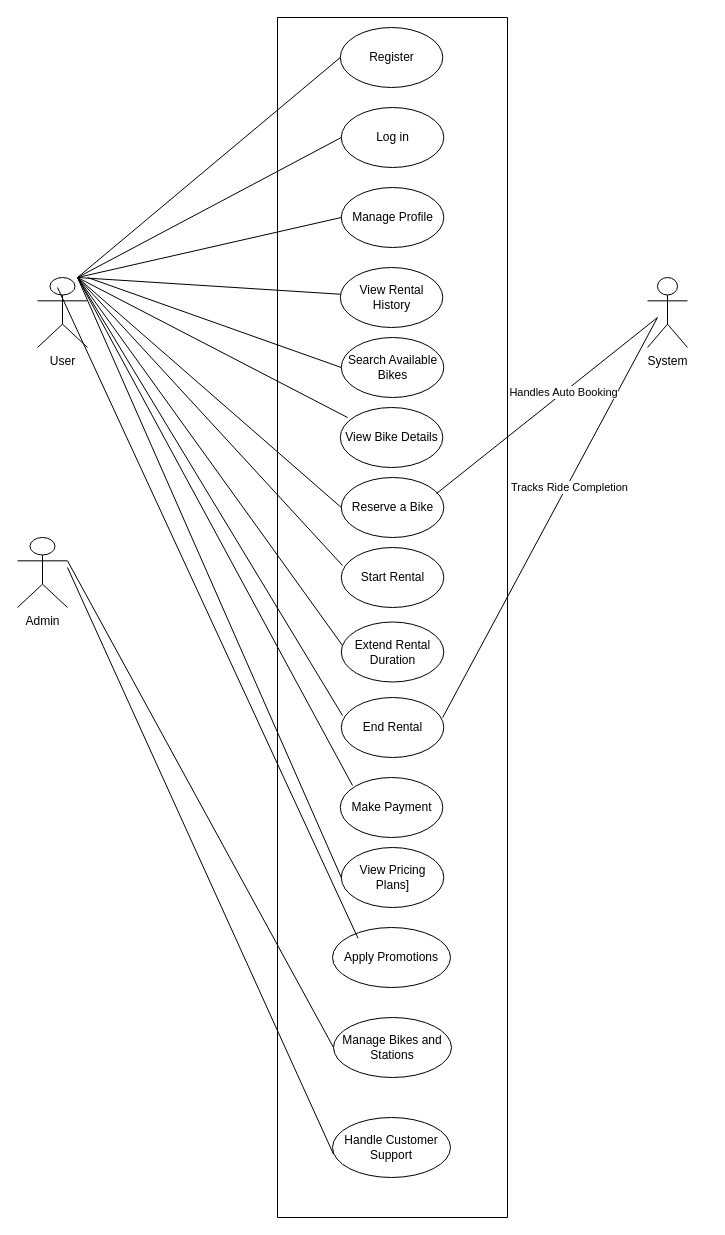
This is Untitled Diagram.drawio from Shalani98/Shalani98, a draw.io file, before an edit. Source tidied: cells renumbered, new cells numbered last; positions are measured from the earlier drawing's top-left corner, leaving out a move shared by most shapes. Both pictures are drawn from the tidied source at 100%, with x=0, y=0 at pixel (17, 17).
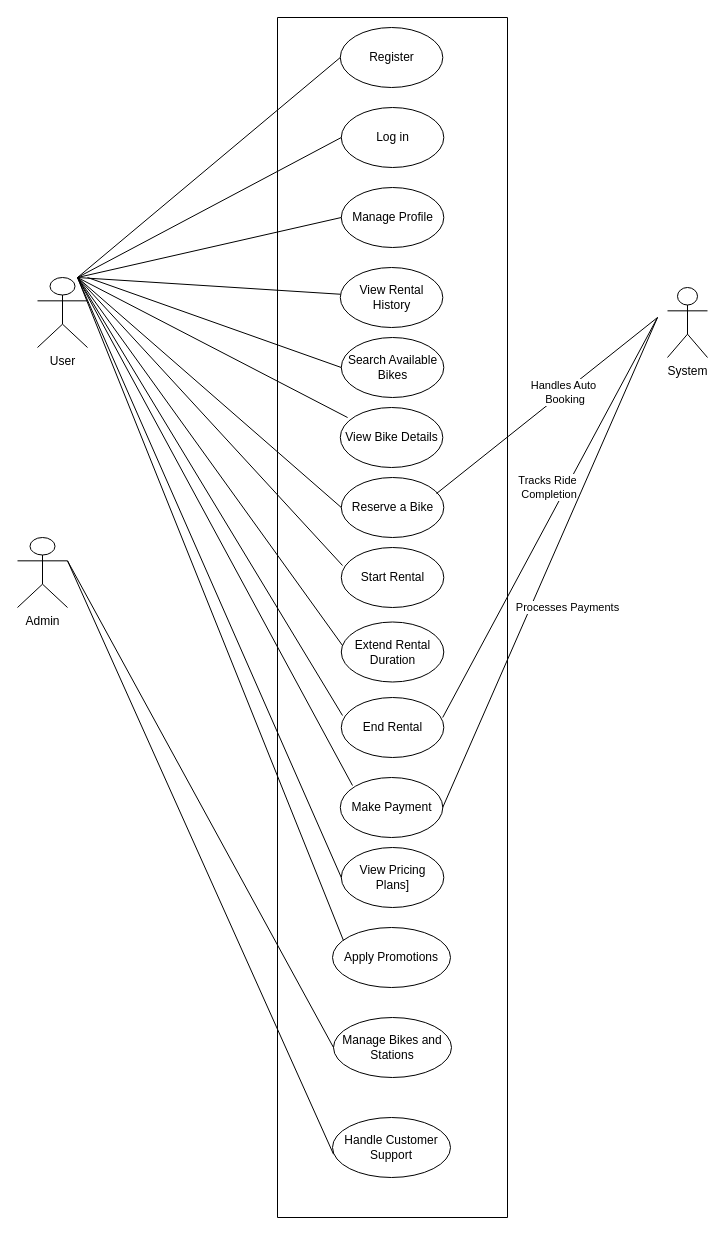
After the change.

The change refers to these unchanged cells:
```xml
<mxCell id="2" style="swimlane;startSize=0;" parent="1" vertex="1">
  <mxGeometry x="260" width="230" height="1200" as="geometry" />
</mxCell>
<mxCell id="15" value="Apply Promotions" style="ellipse;whiteSpace=wrap;html=1;" parent="2" vertex="1">
  <mxGeometry x="55" y="910" width="118" height="60" as="geometry" />
</mxCell>
<mxCell id="18" style="endArrow=none;html=1;rounded=0;" parent="2" edge="1">
  <mxGeometry relative="1" as="geometry">
    <mxPoint x="165.2" y="700" as="sourcePoint" />
    <mxPoint x="380" y="300" as="targetPoint" />
  </mxGeometry>
</mxCell>
<mxCell id="24" value="Admin" style="shape=umlActor;verticalLabelPosition=bottom;verticalAlign=top;html=1;outlineConnect=0;" parent="1" vertex="1">
  <mxGeometry y="520" width="50" height="70" as="geometry" />
</mxCell>
<mxCell id="37" style="endArrow=none;html=1;rounded=0;exitX=0.929;exitY=0.267;exitDx=0;exitDy=0;exitPerimeter=0;" parent="1" edge="1" source="9">
  <mxGeometry relative="1" as="geometry">
    <mxPoint x="640" y="300" as="targetPoint" />
  </mxGeometry>
</mxCell>
```

Diff of the diagram source:
```diff
@@
-    <mxCell id="19" value="Tracks Ride Completion" style="edgeLabel;html=1;align=center;verticalAlign=middle;" parent="18" vertex="1">
-      <mxGeometry x="0.16" y="-2" relative="1" as="geometry" />
+    <mxCell id="19" value="Tracks Ride&lt;div&gt;&amp;nbsp;Completion&lt;/div&gt;" style="edgeLabel;html=1;align=center;verticalAlign=middle;" parent="18" vertex="1">
+      <mxGeometry x="0.16" y="-2" relative="1" as="geometry">
+        <mxPoint x="-22" as="offset" />
+      </mxGeometry>
     </mxCell>
@@
-    <mxCell id="21" style="endArrow=none;html=1;rounded=0;entryX=0;entryY=0.5;entryDx=0;entryDy=0;" parent="2" edge="1">
+    <mxCell id="21" style="endArrow=none;html=1;rounded=0;entryX=0;entryY=0.5;entryDx=0;entryDy=0;exitX=1;exitY=0.3333333333333333;exitDx=0;exitDy=0;exitPerimeter=0;" parent="2" edge="1" source="24">
       <mxGeometry relative="1" as="geometry">
-        <mxPoint x="-210" y="550" as="sourcePoint" />
         <mxPoint x="56" y="1136.7" as="targetPoint" />
       </mxGeometry>
     </mxCell>
+    <mxCell id="40" style="endArrow=none;html=1;rounded=0;" parent="2" edge="1">
+      <mxGeometry relative="1" as="geometry">
+        <mxPoint x="165.2" y="790" as="sourcePoint" />
+        <mxPoint x="380" y="300" as="targetPoint" />
+      </mxGeometry>
+    </mxCell>
+    <mxCell id="41" value="Processes Payments" style="edgeLabel;html=1;align=center;verticalAlign=middle;" parent="40" vertex="1">
+      <mxGeometry x="-0.18" y="-5" relative="1" as="geometry">
+        <mxPoint x="32" y="-2" as="offset" />
+      </mxGeometry>
+    </mxCell>
@@
     <mxCell id="23" value="System" style="shape=umlActor;verticalLabelPosition=bottom;verticalAlign=top;html=1;" parent="1" vertex="1">
-      <mxGeometry x="630" y="260" width="40" height="70" as="geometry" />
+      <mxGeometry x="650" y="270" width="40" height="70" as="geometry" />
     </mxCell>
@@
-    <mxCell id="38" value="Handles Auto Booking" style="edgeLabel;html=1;align=center;verticalAlign=middle;" parent="37" vertex="1">
+    <mxCell id="38" value="Handles Auto&lt;div&gt;&amp;nbsp;Booking&lt;/div&gt;" style="edgeLabel;html=1;align=center;verticalAlign=middle;" parent="37" vertex="1">
       <mxGeometry x="0.15" y="1" relative="1" as="geometry" />
     </mxCell>
-    <mxCell id="39" style="endArrow=none;html=1;rounded=0;" parent="1" edge="1">
+    <mxCell id="39" style="endArrow=none;html=1;rounded=0;exitX=0.093;exitY=0.217;exitDx=0;exitDy=0;exitPerimeter=0;" parent="1" edge="1" source="15">
       <mxGeometry relative="1" as="geometry">
-        <mxPoint x="340.5" y="920.8" as="sourcePoint" />
-        <mxPoint x="40" y="270" as="targetPoint" />
+        <mxPoint x="60" y="260" as="targetPoint" />
       </mxGeometry>
     </mxCell>
```
